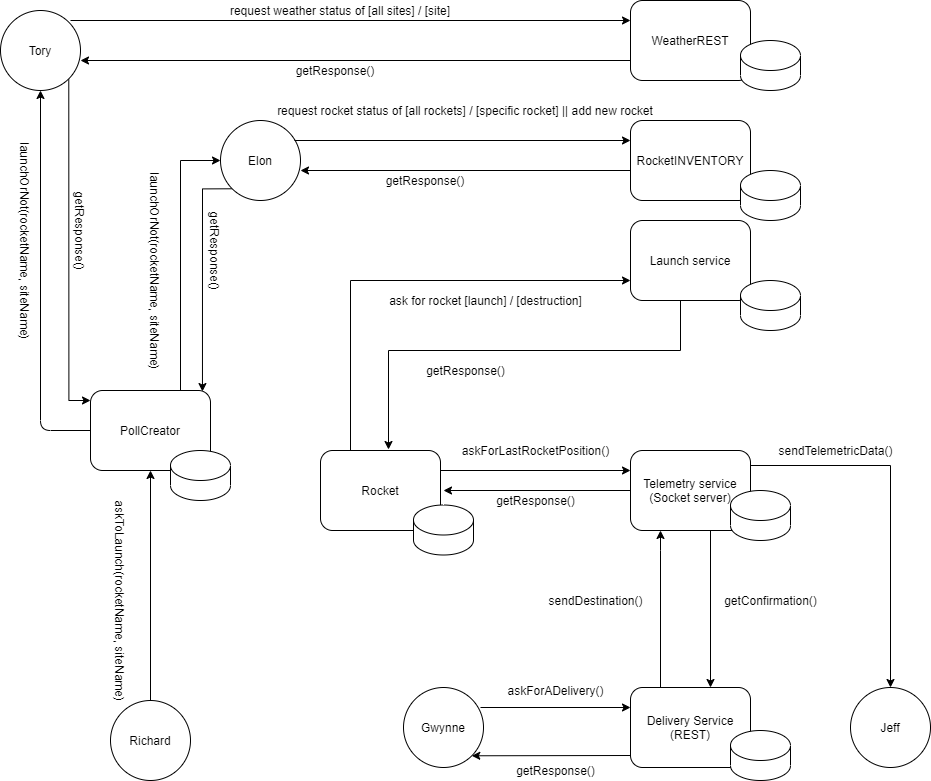
PaulKoffi/box-20-21-team-f-1 keeps this draw.io diagram as docs/archi_scope_2.png. Above is the earlier version. Source tidied: cells renumbered, new cells last; positions are measured from the earlier drawing's top-left corner, leaving out a move shared by most shapes.
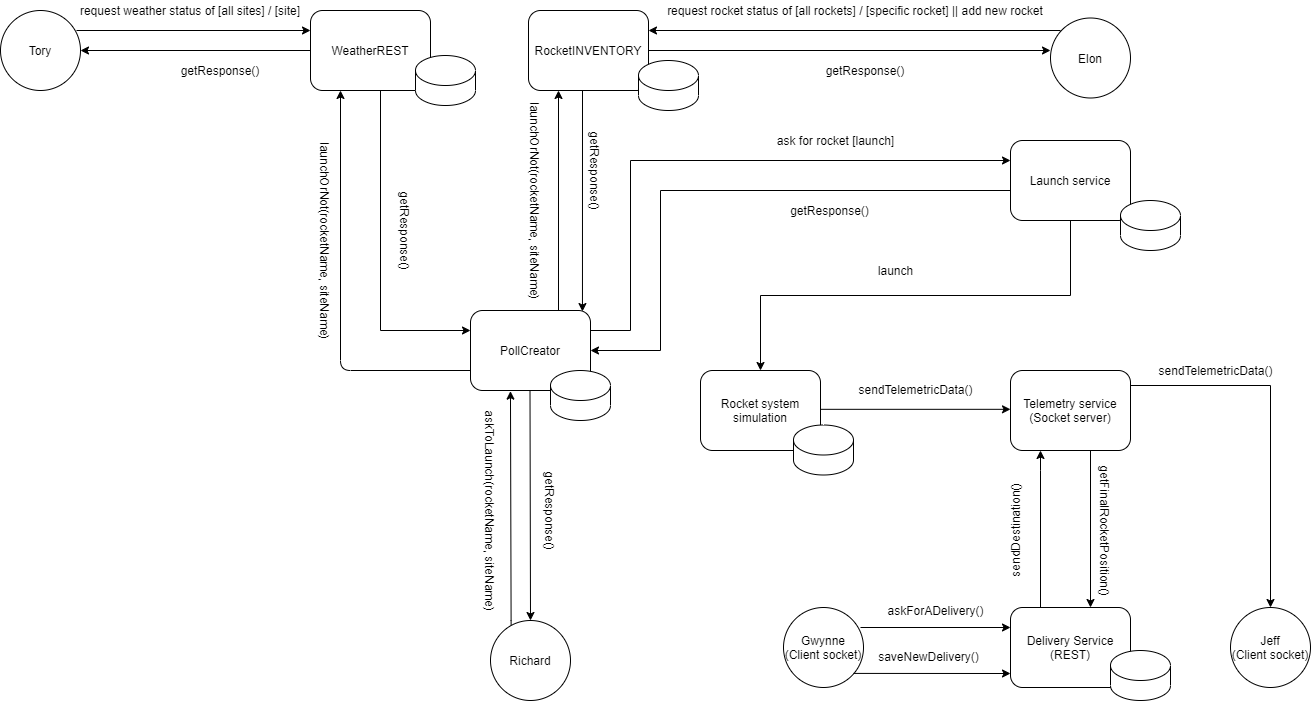
After the change.

Diff of the diagram source:
```diff
@@ -2,49 +2,56 @@
   <root>
     <mxCell id="0" />
     <mxCell id="1" parent="0" />
-    <mxCell id="2" style="edgeStyle=orthogonalEdgeStyle;rounded=0;jettySize=auto;html=1;exitX=1;exitY=1;exitDx=0;exitDy=0;" parent="1" edge="1" source="3" target="19">
+    <mxCell id="2" style="edgeStyle=orthogonalEdgeStyle;rounded=0;jettySize=auto;html=1;exitX=0.5;exitY=1;exitDx=0;exitDy=0;" parent="1" edge="1" source="17" target="19">
       <mxGeometry relative="1" as="geometry">
         <Array as="points">
-          <mxPoint x="148" y="400" />
+          <mxPoint x="80" y="170" />
+          <mxPoint x="80" y="410" />
         </Array>
       </mxGeometry>
     </mxCell>
     <mxCell id="3" value="Tory" style="ellipse;whiteSpace=wrap;html=1;" parent="1" vertex="1">
-      <mxGeometry x="80" y="10" width="80" height="80" as="geometry" />
+      <mxGeometry x="-300" y="90" width="80" height="80" as="geometry" />
     </mxCell>
-    <mxCell id="4" style="edgeStyle=orthogonalEdgeStyle;rounded=0;jettySize=auto;html=1;exitX=0;exitY=1;exitDx=0;exitDy=0;entryX=0.933;entryY=0.013;entryDx=0;entryDy=0;entryPerimeter=0;" parent="1" edge="1" source="5" target="19">
+    <mxCell id="4" style="edgeStyle=orthogonalEdgeStyle;rounded=0;jettySize=auto;html=1;exitX=0.5;exitY=1;exitDx=0;exitDy=0;entryX=0.933;entryY=0.013;entryDx=0;entryDy=0;entryPerimeter=0;" parent="1" edge="1" source="16" target="19">
       <mxGeometry relative="1" as="geometry">
         <Array as="points">
-          <mxPoint x="282" y="188" />
+          <mxPoint x="288" y="170" />
+          <mxPoint x="282" y="170" />
         </Array>
       </mxGeometry>
     </mxCell>
     <mxCell id="5" value="Elon" style="ellipse;whiteSpace=wrap;html=1;" parent="1" vertex="1">
-      <mxGeometry x="300" y="120" width="80" height="80" as="geometry" />
+      <mxGeometry x="750" y="97.5" width="80" height="80" as="geometry" />
     </mxCell>
-    <mxCell id="6" style="edgeStyle=orthogonalEdgeStyle;rounded=0;jettySize=auto;html=1;exitX=0.5;exitY=0;exitDx=0;exitDy=0;entryX=0.5;entryY=1;entryDx=0;entryDy=0;" parent="1" edge="1" source="7" target="19">
-      <mxGeometry relative="1" as="geometry" />
+    <mxCell id="6" style="edgeStyle=orthogonalEdgeStyle;rounded=0;jettySize=auto;html=1;exitX=0.258;exitY=0.108;exitDx=0;exitDy=0;entryX=0.333;entryY=1.008;entryDx=0;entryDy=0;entryPerimeter=0;exitPerimeter=0;" parent="1" edge="1" source="7" target="19">
+      <mxGeometry relative="1" as="geometry">
+        <Array as="points">
+          <mxPoint x="211" y="700" />
+        </Array>
+      </mxGeometry>
     </mxCell>
     <mxCell id="7" value="Richard" style="ellipse;whiteSpace=wrap;html=1;" parent="1" vertex="1">
       <mxGeometry x="190" y="700" width="80" height="80" as="geometry" />
     </mxCell>
-    <mxCell id="8" value="Jeff" style="ellipse;whiteSpace=wrap;html=1;" parent="1" vertex="1">
+    <mxCell id="8" value="Jeff&lt;br&gt;(Client socket)" style="ellipse;whiteSpace=wrap;html=1;" parent="1" vertex="1">
       <mxGeometry x="930" y="687" width="80" height="80" as="geometry" />
     </mxCell>
-    <mxCell id="9" value="Gwynne" style="ellipse;whiteSpace=wrap;html=1;" parent="1" vertex="1">
+    <mxCell id="9" value="Gwynne&lt;br&gt;(Client socket)" style="ellipse;whiteSpace=wrap;html=1;" parent="1" vertex="1">
       <mxGeometry x="483" y="687" width="80" height="80" as="geometry" />
     </mxCell>
-    <mxCell id="10" style="edgeStyle=orthogonalEdgeStyle;rounded=0;orthogonalLoop=1;jettySize=auto;html=1;" parent="1" edge="1">
+    <mxCell id="10" style="edgeStyle=orthogonalEdgeStyle;rounded=0;jettySize=auto;html=1;entryX=1;entryY=0.5;entryDx=0;entryDy=0;exitX=0;exitY=0.5;exitDx=0;exitDy=0;" parent="1" edge="1" source="11" target="19">
       <mxGeometry relative="1" as="geometry">
-        <mxPoint x="760" y="300" as="sourcePoint" />
-        <mxPoint x="468" y="449" as="targetPoint" />
         <Array as="points">
-          <mxPoint x="760" y="300" />
-          <mxPoint x="760" y="350" />
-          <mxPoint x="468" y="350" />
+          <mxPoint x="710" y="270" />
+          <mxPoint x="360" y="270" />
+          <mxPoint x="360" y="430" />
         </Array>
       </mxGeometry>
     </mxCell>
+    <mxCell id="57" style="edgeStyle=orthogonalEdgeStyle;rounded=0;jettySize=auto;html=1;exitX=0.5;exitY=1;exitDx=0;exitDy=0;" parent="1" edge="1" source="11" target="37">
+      <mxGeometry relative="1" as="geometry" />
+    </mxCell>
     <mxCell id="11" value="Launch service" style="rounded=1;whiteSpace=wrap;html=1;" parent="1" vertex="1">
       <mxGeometry x="710" y="220" width="120" height="80" as="geometry" />
     </mxCell>
@@ -70,15 +77,22 @@
     <mxCell id="15" value="Telemetry service&lt;br&gt;(Socket server)" style="rounded=1;whiteSpace=wrap;html=1;" parent="1" vertex="1">
       <mxGeometry x="710" y="450" width="120" height="80" as="geometry" />
     </mxCell>
-    <mxCell id="16" value="RocketINVENTORY" style="rounded=1;whiteSpace=wrap;html=1;" parent="1" vertex="1">
-      <mxGeometry x="710" y="120" width="120" height="80" as="geometry" />
-    </mxCell>
-    <mxCell id="17" value="WeatherREST" style="rounded=1;whiteSpace=wrap;html=1;" parent="1" vertex="1">
-      <mxGeometry x="710" width="120" height="80" as="geometry" />
-    </mxCell>
-    <mxCell id="18" style="edgeStyle=orthogonalEdgeStyle;rounded=0;jettySize=auto;html=1;exitX=0.75;exitY=0;exitDx=0;exitDy=0;entryX=0;entryY=0.5;entryDx=0;entryDy=0;" parent="1" edge="1" source="19" target="5">
-      <mxGeometry relative="1" as="geometry" />
+    <mxCell id="18" style="edgeStyle=orthogonalEdgeStyle;rounded=0;jettySize=auto;html=1;exitX=0.75;exitY=0;exitDx=0;exitDy=0;entryX=0.25;entryY=1;entryDx=0;entryDy=0;" parent="1" edge="1" source="19" target="16">
+      <mxGeometry relative="1" as="geometry">
+        <Array as="points">
+          <mxPoint x="258" y="390" />
+        </Array>
+      </mxGeometry>
     </mxCell>
+    <mxCell id="58" style="edgeStyle=orthogonalEdgeStyle;rounded=0;jettySize=auto;html=1;exitX=1;exitY=0.5;exitDx=0;exitDy=0;entryX=0;entryY=0.25;entryDx=0;entryDy=0;" parent="1" edge="1" source="19" target="11">
+      <mxGeometry relative="1" as="geometry">
+        <Array as="points">
+          <mxPoint x="290" y="410" />
+          <mxPoint x="330" y="410" />
+          <mxPoint x="330" y="240" />
+        </Array>
+      </mxGeometry>
+    </mxCell>
     <mxCell id="19" value="PollCreator" style="rounded=1;whiteSpace=wrap;html=1;" parent="1" vertex="1">
       <mxGeometry x="170" y="390" width="120" height="80" as="geometry" />
     </mxCell>
@@ -90,15 +104,6 @@
     <mxCell id="21" style="shape=cylinder3;whiteSpace=wrap;html=1;boundedLbl=1;backgroundOutline=1;size=15;" parent="1" vertex="1">
       <mxGeometry x="810" y="730" width="60" height="50" as="geometry" />
     </mxCell>
-    <mxCell id="22" style="shape=cylinder3;whiteSpace=wrap;html=1;boundedLbl=1;backgroundOutline=1;size=15;" parent="1" vertex="1">
-      <mxGeometry x="810" y="490" width="60" height="50" as="geometry" />
-    </mxCell>
-    <mxCell id="23" style="shape=cylinder3;whiteSpace=wrap;html=1;boundedLbl=1;backgroundOutline=1;size=15;" parent="1" vertex="1">
-      <mxGeometry x="820" y="170" width="60" height="50" as="geometry" />
-    </mxCell>
-    <mxCell id="24" style="shape=cylinder3;whiteSpace=wrap;html=1;boundedLbl=1;backgroundOutline=1;size=15;" parent="1" vertex="1">
-      <mxGeometry x="820" y="40" width="60" height="50" as="geometry" />
-    </mxCell>
     <mxCell id="25" style="shape=cylinder3;whiteSpace=wrap;html=1;boundedLbl=1;backgroundOutline=1;size=15;" parent="1" vertex="1">
       <mxGeometry x="250" y="450" width="60" height="50" as="geometry" />
     </mxCell>
@@ -113,46 +118,35 @@
     </mxCell>
     <mxCell id="28" style="endArrow=classic;html=1;entryX=0;entryY=0.25;entryDx=0;entryDy=0;" parent="1" edge="1" target="17">
       <mxGeometry relative="1" as="geometry">
-        <mxPoint x="150" y="20" as="sourcePoint" />
+        <mxPoint x="-224" y="110" as="sourcePoint" />
       </mxGeometry>
     </mxCell>
     <mxCell id="29" value="getResponse()" style="text;html=1;strokeColor=none;fillColor=none;align=center;verticalAlign=middle;whiteSpace=wrap;rounded=0;" parent="1" vertex="1">
-      <mxGeometry x="310" y="60" width="210" height="20" as="geometry" />
+      <mxGeometry x="-130" y="140" width="100" height="20" as="geometry" />
     </mxCell>
-    <mxCell id="30" style="endArrow=classic;html=1;exitX=0;exitY=0.75;exitDx=0;exitDy=0;" parent="1" edge="1" source="17">
-      <mxGeometry relative="1" as="geometry">
-        <mxPoint x="160" y="60" as="targetPoint" />
-      </mxGeometry>
+    <mxCell id="30" style="endArrow=classic;html=1;exitX=0;exitY=0.5;exitDx=0;exitDy=0;entryX=1;entryY=0.5;entryDx=0;entryDy=0;" parent="1" edge="1" source="17" target="3">
+      <mxGeometry relative="1" as="geometry" />
     </mxCell>
     <mxCell id="31" value="request weather status of [all sites] / [site]" style="text;html=1;strokeColor=none;fillColor=none;align=center;verticalAlign=middle;whiteSpace=wrap;rounded=0;" parent="1" vertex="1">
-      <mxGeometry x="130" width="580" height="20" as="geometry" />
+      <mxGeometry x="-230" y="80" width="240" height="20" as="geometry" />
     </mxCell>
-    <mxCell id="32" style="endArrow=classic;html=1;entryX=0;entryY=0.25;entryDx=0;entryDy=0;" parent="1" edge="1" target="16">
+    <mxCell id="32" style="endArrow=classic;html=1;entryX=1;entryY=0.25;entryDx=0;entryDy=0;" parent="1" edge="1" target="16">
       <mxGeometry relative="1" as="geometry">
-        <mxPoint x="374" y="140" as="sourcePoint" />
+        <mxPoint x="760" y="110" as="sourcePoint" />
       </mxGeometry>
     </mxCell>
     <mxCell id="33" value="request rocket status of [all rockets] / [specific rocket] || add new rocket" style="text;html=1;strokeColor=none;fillColor=none;align=center;verticalAlign=middle;whiteSpace=wrap;rounded=0;" parent="1" vertex="1">
-      <mxGeometry x="350" y="100" width="390" height="20" as="geometry" />
+      <mxGeometry x="360" y="80" width="390" height="20" as="geometry" />
     </mxCell>
     <mxCell id="34" value="getResponse()" style="text;html=1;strokeColor=none;fillColor=none;align=center;verticalAlign=middle;whiteSpace=wrap;rounded=0;" parent="1" vertex="1">
-      <mxGeometry x="450" y="170" width="110" height="20" as="geometry" />
+      <mxGeometry x="510" y="140" width="110" height="20" as="geometry" />
     </mxCell>
-    <mxCell id="35" style="endArrow=classic;html=1;" parent="1" edge="1">
+    <mxCell id="35" style="endArrow=classic;html=1;exitX=1;exitY=0.5;exitDx=0;exitDy=0;" parent="1" edge="1" source="16">
       <mxGeometry relative="1" as="geometry">
-        <mxPoint x="710" y="170" as="sourcePoint" />
-        <mxPoint x="380" y="170" as="targetPoint" />
+        <mxPoint x="750" y="130" as="targetPoint" />
       </mxGeometry>
     </mxCell>
-    <mxCell id="36" style="edgeStyle=orthogonalEdgeStyle;rounded=0;jettySize=auto;html=1;exitX=0.75;exitY=0;exitDx=0;exitDy=0;entryX=0;entryY=0.75;entryDx=0;entryDy=0;" parent="1" edge="1" source="37" target="11">
-      <mxGeometry relative="1" as="geometry">
-        <Array as="points">
-          <mxPoint x="430" y="450" />
-          <mxPoint x="430" y="280" />
-        </Array>
-      </mxGeometry>
-    </mxCell>
-    <mxCell id="37" value="Rocket" style="rounded=1;whiteSpace=wrap;html=1;" parent="1" vertex="1">
+    <mxCell id="37" value="Rocket system simulation" style="rounded=1;whiteSpace=wrap;html=1;" parent="1" vertex="1">
       <mxGeometry x="400" y="450" width="120" height="80" as="geometry" />
     </mxCell>
     <mxCell id="38" style="shape=cylinder3;whiteSpace=wrap;html=1;boundedLbl=1;backgroundOutline=1;size=15;" parent="1" vertex="1">
@@ -161,64 +155,90 @@
     <mxCell id="39" value="sendTelemetricData()" style="text;html=1;align=center;verticalAlign=middle;rotation=0;" parent="1" vertex="1">
       <mxGeometry x="850" y="440" width="130" height="20" as="geometry" />
     </mxCell>
-    <mxCell id="40" style="endArrow=classic;html=1;exitX=1;exitY=0.25;exitDx=0;exitDy=0;entryX=0;entryY=0.25;entryDx=0;entryDy=0;" parent="1" edge="1" source="37" target="15">
-      <mxGeometry relative="1" as="geometry" />
+    <mxCell id="40" style="endArrow=classic;html=1;exitX=1;exitY=0.25;exitDx=0;exitDy=0;entryX=0;entryY=0.25;entryDx=0;entryDy=0;" parent="1" edge="1">
+      <mxGeometry relative="1" as="geometry">
+        <mxPoint x="520" y="488.8" as="sourcePoint" />
+        <mxPoint x="710" y="488.8" as="targetPoint" />
+      </mxGeometry>
     </mxCell>
-    <mxCell id="41" value="getResponse()" style="text;html=1;align=center;verticalAlign=middle;" parent="1" vertex="1">
-      <mxGeometry x="570" y="490" width="90" height="20" as="geometry" />
-    </mxCell>
-    <mxCell id="42" style="endArrow=classic;html=1;entryX=0.5;entryY=1;entryDx=0;entryDy=0;exitX=0;exitY=0.5;exitDx=0;exitDy=0;" parent="1" edge="1" source="19" target="3">
+    <mxCell id="42" style="endArrow=classic;html=1;entryX=0.25;entryY=1;entryDx=0;entryDy=0;" parent="1" edge="1" target="17">
       <mxGeometry relative="1" as="geometry">
+        <mxPoint x="170" y="450" as="sourcePoint" />
         <Array as="points">
-          <mxPoint x="120" y="430" />
+          <mxPoint x="40" y="450" />
         </Array>
       </mxGeometry>
     </mxCell>
-    <mxCell id="43" value="ask for rocket [launch] / [destruction]" style="text;html=1;align=center;verticalAlign=middle;" parent="1" vertex="1">
-      <mxGeometry x="460" y="290" width="210" height="20" as="geometry" />
-    </mxCell>
     <mxCell id="44" value="askToLaunch(rocketName, siteName)" style="text;html=1;align=center;verticalAlign=middle;rotation=90;" parent="1" vertex="1">
-      <mxGeometry x="90" y="590" width="220" height="20" as="geometry" />
+      <mxGeometry x="80" y="580" width="220" height="20" as="geometry" />
     </mxCell>
     <mxCell id="45" value="launchOrNot(rocketName, siteName)" style="text;html=1;align=center;verticalAlign=middle;rotation=90;" parent="1" vertex="1">
-      <mxGeometry y="230" width="210" height="20" as="geometry" />
+      <mxGeometry x="-80" y="310" width="210" height="20" as="geometry" />
     </mxCell>
     <mxCell id="46" value="launchOrNot(rocketName, siteName)" style="text;html=1;align=center;verticalAlign=middle;rotation=90;" parent="1" vertex="1">
-      <mxGeometry x="130" y="260" width="210" height="20" as="geometry" />
+      <mxGeometry x="130" y="270" width="210" height="20" as="geometry" />
     </mxCell>
     <mxCell id="47" value="getResponse()" style="text;html=1;align=center;verticalAlign=middle;rotation=90;" parent="1" vertex="1">
-      <mxGeometry x="115" y="220" width="90" height="20" as="geometry" />
+      <mxGeometry x="60" y="300" width="90" height="20" as="geometry" />
     </mxCell>
     <mxCell id="48" value="getResponse()" style="text;html=1;align=center;verticalAlign=middle;rotation=90;" parent="1" vertex="1">
       <mxGeometry x="250" y="240" width="90" height="20" as="geometry" />
     </mxCell>
-    <mxCell id="49" value="sendDestination()" style="text;html=1;align=center;verticalAlign=middle;" parent="1" vertex="1">
-      <mxGeometry x="620" y="590" width="110" height="20" as="geometry" />
+    <mxCell id="49" value="sendDestination()" style="text;html=1;align=center;verticalAlign=middle;rotation=-90;" parent="1" vertex="1">
+      <mxGeometry x="660" y="600" width="110" height="20" as="geometry" />
     </mxCell>
-    <mxCell id="50" value="getConfirmation()" style="text;html=1;align=center;verticalAlign=middle;" parent="1" vertex="1">
-      <mxGeometry x="795" y="590" width="110" height="20" as="geometry" />
+    <mxCell id="50" value="getFinalRocketPosition()" style="text;html=1;align=center;verticalAlign=middle;rotation=90;" parent="1" vertex="1">
+      <mxGeometry x="730" y="600" width="150" height="20" as="geometry" />
     </mxCell>
     <mxCell id="51" value="askForADelivery()" style="text;html=1;align=center;verticalAlign=middle;" parent="1" vertex="1">
       <mxGeometry x="580" y="680" width="110" height="20" as="geometry" />
     </mxCell>
     <mxCell id="52" value="getResponse()" style="text;html=1;align=center;verticalAlign=middle;" parent="1" vertex="1">
-      <mxGeometry x="500" y="360" width="90" height="20" as="geometry" />
+      <mxGeometry x="484" y="280" width="90" height="20" as="geometry" />
     </mxCell>
-    <mxCell id="53" style="endArrow=classic;html=1;exitX=0;exitY=0.5;exitDx=0;exitDy=0;" parent="1" edge="1" source="15">
-      <mxGeometry relative="1" as="geometry">
-        <mxPoint x="523" y="490" as="targetPoint" />
-      </mxGeometry>
-    </mxCell>
-    <mxCell id="54" value="askForLastRocketPosition()" style="text;html=1;align=center;verticalAlign=middle;" parent="1" vertex="1">
-      <mxGeometry x="535" y="440" width="160" height="20" as="geometry" />
+    <mxCell id="54" value="sendTelemetricData()" style="text;html=1;align=center;verticalAlign=middle;" parent="1" vertex="1">
+      <mxGeometry x="550" y="458.8" width="130" height="20" as="geometry" />
     </mxCell>
-    <mxCell id="55" value="getResponse()" style="text;html=1;align=center;verticalAlign=middle;" parent="1" vertex="1">
-      <mxGeometry x="590" y="760" width="90" height="20" as="geometry" />
-    </mxCell>
-    <mxCell id="56" style="endArrow=classic;html=1;entryX=1;entryY=1;entryDx=0;entryDy=0;" parent="1" edge="1" target="9">
-      <mxGeometry relative="1" as="geometry">
-        <mxPoint x="710" y="755" as="sourcePoint" />
-      </mxGeometry>
-    </mxCell>
+    <mxCell id="59" style="endArrow=classic;html=1;entryX=0.5;entryY=0;entryDx=0;entryDy=0;" parent="1" edge="1" target="7">
+      <mxGeometry relative="1" as="geometry">
+        <mxPoint x="229.5" y="470" as="sourcePoint" />
+      </mxGeometry>
+    </mxCell>
+    <mxCell id="60" value="getResponse()" style="text;html=1;align=center;verticalAlign=middle;rotation=90;" parent="1" vertex="1">
+      <mxGeometry x="205" y="580" width="90" height="20" as="geometry" />
+    </mxCell>
+    <mxCell id="61" style="endArrow=classic;html=1;" parent="1" edge="1">
+      <mxGeometry relative="1" as="geometry">
+        <mxPoint x="553" y="752.9" as="sourcePoint" />
+        <mxPoint x="710" y="753" as="targetPoint" />
+      </mxGeometry>
+    </mxCell>
+    <mxCell id="62" value="saveNewDelivery()" style="text;html=1;align=center;verticalAlign=middle;" parent="1" vertex="1">
+      <mxGeometry x="568" y="725.9" width="120" height="20" as="geometry" />
+    </mxCell>
+    <mxCell id="63" style="group;" parent="1" vertex="1">
+      <mxGeometry x="10" y="90" width="165" height="95" as="geometry" />
+    </mxCell>
+    <mxCell id="17" value="WeatherREST" style="rounded=1;whiteSpace=wrap;html=1;" parent="63" vertex="1">
+      <mxGeometry width="120" height="80" as="geometry" />
+    </mxCell>
+    <mxCell id="24" style="shape=cylinder3;whiteSpace=wrap;html=1;boundedLbl=1;backgroundOutline=1;size=15;" parent="63" vertex="1">
+      <mxGeometry x="105" y="45" width="60" height="50" as="geometry" />
+    </mxCell>
+    <mxCell id="64" style="group;" parent="1" vertex="1">
+      <mxGeometry x="228" y="90" width="170" height="100" as="geometry" />
+    </mxCell>
+    <mxCell id="16" value="RocketINVENTORY" style="rounded=1;whiteSpace=wrap;html=1;" parent="64" vertex="1">
+      <mxGeometry width="120" height="80" as="geometry" />
+    </mxCell>
+    <mxCell id="23" style="shape=cylinder3;whiteSpace=wrap;html=1;boundedLbl=1;backgroundOutline=1;size=15;" parent="64" vertex="1">
+      <mxGeometry x="110" y="50" width="60" height="50" as="geometry" />
+    </mxCell>
+    <mxCell id="65" value="ask for rocket [launch]" style="text;html=1;align=center;verticalAlign=middle;" parent="1" vertex="1">
+      <mxGeometry x="470" y="210" width="130" height="20" as="geometry" />
+    </mxCell>
+    <mxCell id="66" value="launch" style="text;html=1;align=center;verticalAlign=middle;" parent="1" vertex="1">
+      <mxGeometry x="570" y="340" width="50" height="20" as="geometry" />
+    </mxCell>
   </root>
 </mxGraphModel>
```
